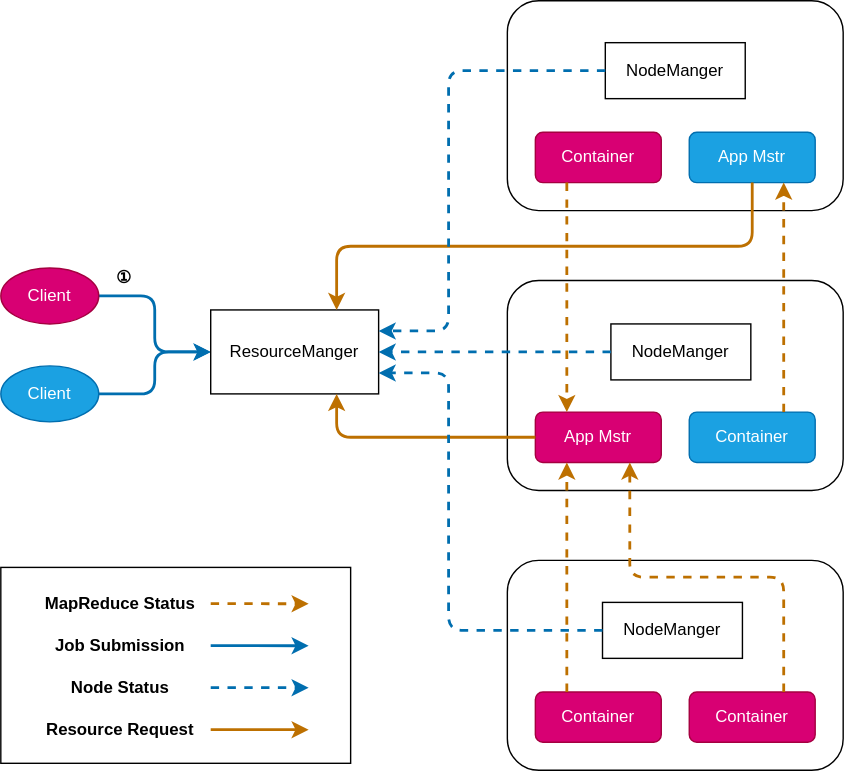
Above: images/big-data/hadoop/yarn.drawio.svg in lengyuxuan/lengyuxuan.github.io (draw.io), before the change. Source tidied: cells renumbered, new cells last; positions are measured from the earlier drawing's top-left corner, leaving out a move shared by most shapes.
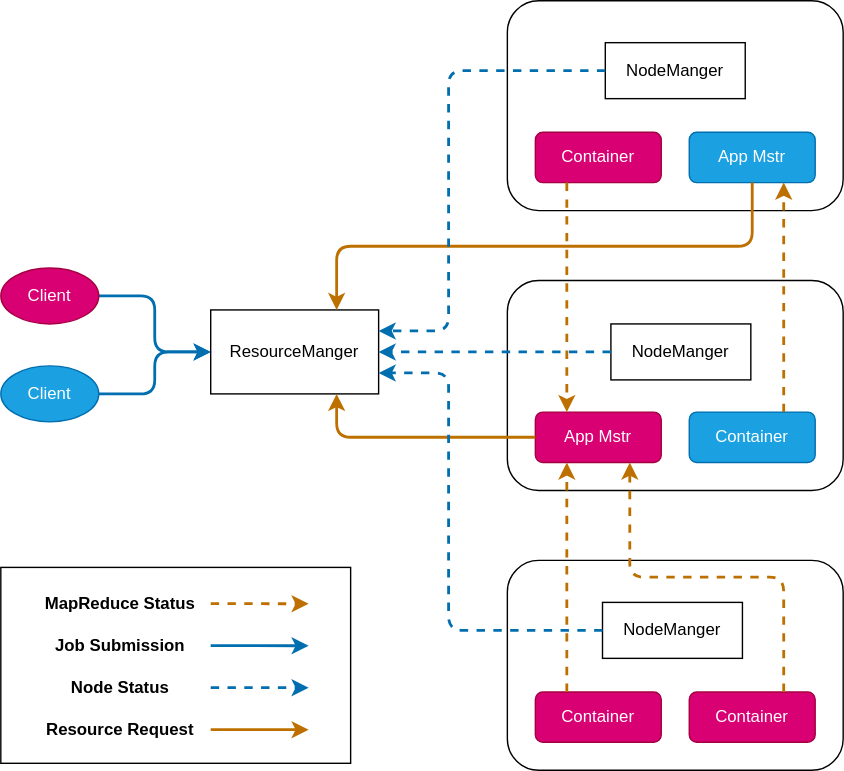
After the change.

The edit, as a diff of the source:
```diff
@@ -150,8 +150,5 @@
         <mxPoint x="185" y="10" as="targetPoint" />
       </mxGeometry>
     </mxCell>
-    <mxCell id="44" value="①" style="text;html=1;align=center;verticalAlign=middle;fontStyle=1;" parent="1" vertex="1">
-      <mxGeometry x="73" y="188" width="30" height="20" as="geometry" />
-    </mxCell>
   </root>
 </mxGraphModel>
```
